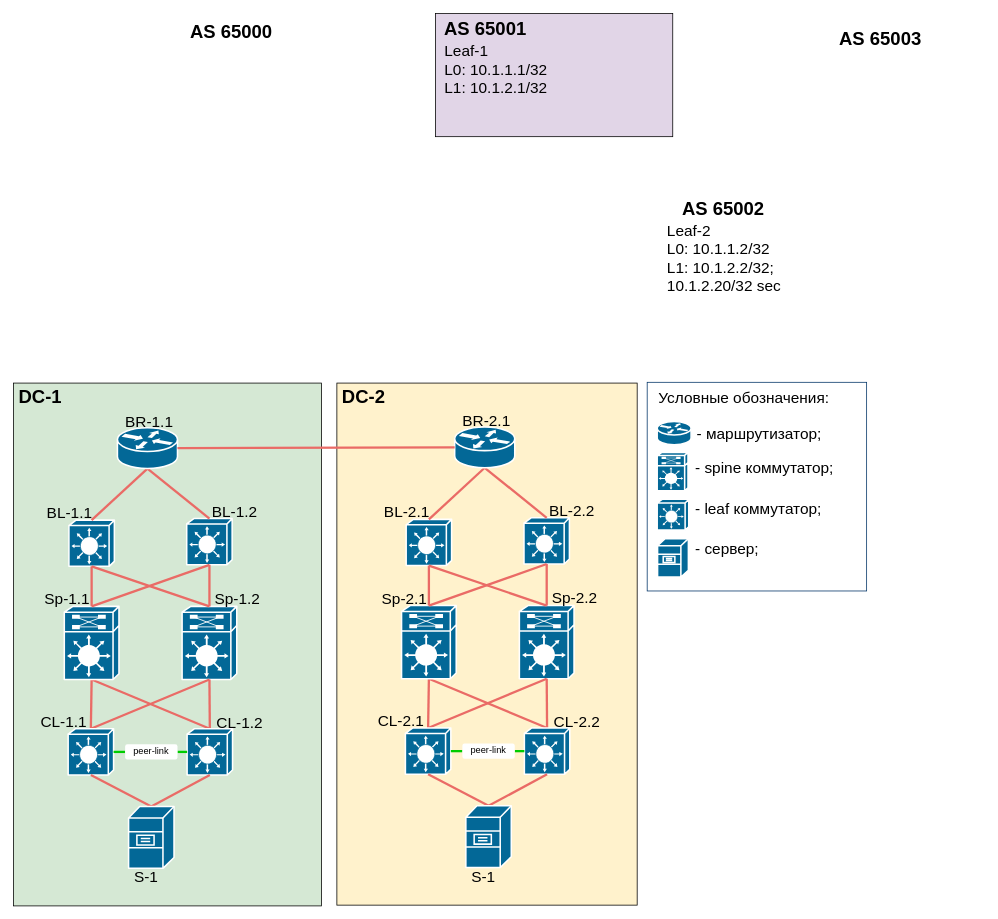
Tema-sudo/OTUS_DC_network_design keeps this draw.io diagram as Graduate_project/GP_common_topo.drawio. Above is the earlier version. Source tidied: cells renumbered, new cells numbered last; positions are measured from the earlier drawing's top-left corner, leaving out a move shared by most shapes. Both pictures are drawn from the tidied source at 77%, with x=0, y=0 at pixel (13, 13).
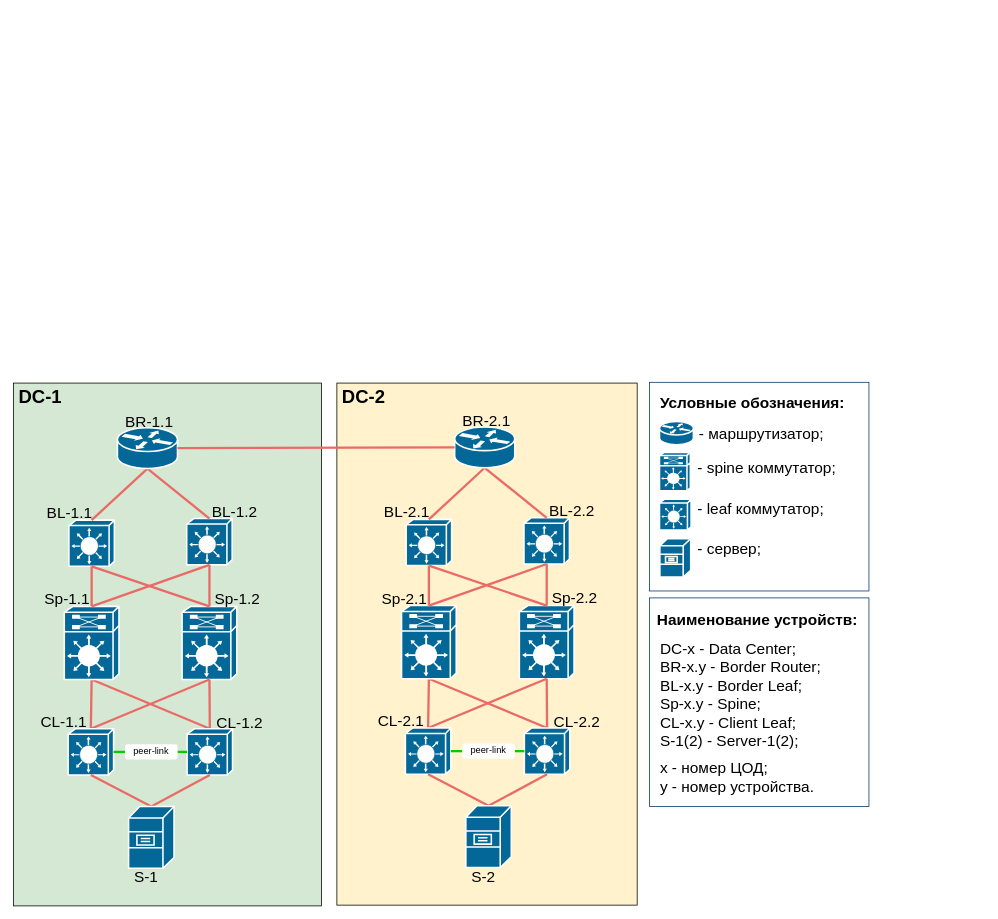
Above is the later version.

Diff of the diagram source:
```diff
@@
+    <mxCell id="86" style="rounded=0;whiteSpace=wrap;html=1;strokeColor=#003366;strokeWidth=1;" parent="1" vertex="1">
+      <mxGeometry x="826" y="759" width="285" height="271" as="geometry" />
+    </mxCell>
@@
-    <mxCell id="4" style="rounded=0;whiteSpace=wrap;html=1;fillColor=#e1d5e7;strokeColor=#000000;" parent="1" vertex="1">
-      <mxGeometry x="548" width="308.2" height="160" as="geometry" />
-    </mxCell>
@@
-    <mxCell id="8" value="Leaf-1&lt;br&gt;L0: 10.1.1.1/32&lt;br&gt;L1: 10.1.2.1/32" style="text;html=1;strokeColor=none;fillColor=none;align=left;verticalAlign=middle;whiteSpace=wrap;rounded=0;fontSize=20;fontFamily=Helvetica;horizontal=1;" parent="1" vertex="1">
-      <mxGeometry x="558" y="47" width="155" height="50" as="geometry" />
-    </mxCell>
@@
-    <mxCell id="13" value="AS 65000" style="text;html=1;strokeColor=none;fillColor=none;align=center;verticalAlign=middle;whiteSpace=wrap;rounded=0;fontSize=24;fontFamily=Helvetica;horizontal=1;fontStyle=1;fontColor=#000000;" parent="1" vertex="1">
-      <mxGeometry x="148" y="10" width="270" height="28" as="geometry" />
-    </mxCell>
-    <mxCell id="14" value="AS 65001" style="text;html=1;strokeColor=none;fillColor=none;align=center;verticalAlign=middle;whiteSpace=wrap;rounded=0;fontSize=24;fontFamily=Helvetica;horizontal=1;fontStyle=1;fontColor=#000000;" parent="1" vertex="1">
-      <mxGeometry x="478" y="6" width="270" height="28" as="geometry" />
-    </mxCell>
-    <mxCell id="15" value="AS 65002" style="text;html=1;strokeColor=none;fillColor=none;align=center;verticalAlign=middle;whiteSpace=wrap;rounded=0;fontSize=24;fontFamily=Helvetica;horizontal=1;fontStyle=1;fontColor=#000000;" parent="1" vertex="1">
-      <mxGeometry x="787" y="240" width="270" height="28" as="geometry" />
-    </mxCell>
-    <mxCell id="16" value="AS 65003" style="text;html=1;strokeColor=none;fillColor=none;align=center;verticalAlign=middle;whiteSpace=wrap;rounded=0;fontSize=24;fontFamily=Helvetica;horizontal=1;fontStyle=1;fontColor=#000000;" parent="1" vertex="1">
-      <mxGeometry x="991" y="20" width="270" height="28" as="geometry" />
-    </mxCell>
-    <mxCell id="17" value="Leaf-2&lt;br&gt;&lt;div style=&quot;&quot;&gt;&lt;span style=&quot;background-color: initial;&quot;&gt;L0:&amp;nbsp;10.1.1.2/32&lt;/span&gt;&lt;/div&gt;&lt;div style=&quot;&quot;&gt;&lt;span style=&quot;background-color: initial;&quot;&gt;L1:&amp;nbsp;&lt;/span&gt;&lt;span style=&quot;background-color: initial;&quot;&gt;10.1.2.2/32;&lt;/span&gt;&lt;/div&gt;&lt;div style=&quot;&quot;&gt;&lt;span style=&quot;background-color: initial;&quot;&gt;10.1.2.20/32 sec&lt;/span&gt;&lt;/div&gt;" style="text;html=1;strokeColor=none;fillColor=none;align=left;verticalAlign=middle;whiteSpace=wrap;rounded=0;fontSize=20;fontFamily=Helvetica;horizontal=1;" parent="1" vertex="1">
-      <mxGeometry x="847" y="292" width="170" height="50" as="geometry" />
-    </mxCell>
@@
     <mxCell id="22" style="rounded=0;whiteSpace=wrap;html=1;strokeColor=#003366;strokeWidth=1;" parent="1" vertex="1">
-      <mxGeometry x="823" y="479" width="285" height="271" as="geometry" />
+      <mxGeometry x="826" y="479" width="285" height="271" as="geometry" />
     </mxCell>
@@
-    <mxCell id="70" value="S-1" style="text;html=1;strokeColor=none;fillColor=none;align=center;verticalAlign=middle;whiteSpace=wrap;rounded=0;fontSize=20;fontFamily=Helvetica;horizontal=1;" parent="1" vertex="1">
+    <mxCell id="70" value="S-2" style="text;html=1;strokeColor=none;fillColor=none;align=center;verticalAlign=middle;whiteSpace=wrap;rounded=0;fontSize=20;fontFamily=Helvetica;horizontal=1;" parent="1" vertex="1">
       <mxGeometry x="591.5" y="1111.8" width="37" height="17.2" as="geometry" />
     </mxCell>
@@
-    <mxCell id="77" value="Условные обозначения:&amp;nbsp;&lt;br&gt;&amp;nbsp; &amp;nbsp; &amp;nbsp; &amp;nbsp;&amp;nbsp;" style="text;html=1;strokeColor=none;fillColor=none;align=left;verticalAlign=middle;whiteSpace=wrap;rounded=0;fontSize=20;fontFamily=Helvetica;horizontal=1;" parent="1" vertex="1">
-      <mxGeometry x="836" y="480" width="250" height="60" as="geometry" />
+    <mxCell id="77" value="Условные обозначения:&amp;nbsp;" style="text;html=1;strokeColor=none;fillColor=none;align=left;verticalAlign=middle;whiteSpace=wrap;rounded=0;fontSize=20;fontFamily=Helvetica;horizontal=1;fontStyle=1;" parent="1" vertex="1">
+      <mxGeometry x="838" y="475" width="250" height="60" as="geometry" />
     </mxCell>
     <mxCell id="78" style="shape=mxgraph.cisco.routers.router;sketch=0;html=1;dashed=0;fillColor=#036897;strokeColor=#ffffff;strokeWidth=2;verticalLabelPosition=bottom;verticalAlign=top;align=center;" parent="1" vertex="1">
-      <mxGeometry x="836" y="530" width="44" height="30" as="geometry" />
+      <mxGeometry x="839" y="530" width="44" height="30" as="geometry" />
     </mxCell>
     <mxCell id="79" style="shape=mxgraph.cisco.switches.layer_3_switch;sketch=0;html=1;dashed=0;fillColor=#036897;strokeColor=#ffffff;strokeWidth=2;verticalLabelPosition=bottom;verticalAlign=top;align=center;hachureGap=4;jiggle=2;curveFitting=1;fontFamily=Architects Daughter;fontSize=20;" parent="1" vertex="1">
-      <mxGeometry x="836" y="631" width="41" height="40" as="geometry" />
+      <mxGeometry x="839" y="631" width="41" height="40" as="geometry" />
     </mxCell>
     <mxCell id="80" style="shape=mxgraph.cisco.misc.route_switch_processor;html=1;dashed=0;fillColor=#036897;strokeColor=#ffffff;strokeWidth=2;verticalLabelPosition=bottom;verticalAlign=top;rounded=0;shadow=0;comic=0;fontFamily=Verdana;fontSize=12;" parent="1" vertex="1">
-      <mxGeometry x="836" y="570" width="40" height="50" as="geometry" />
+      <mxGeometry x="839" y="570" width="40" height="50" as="geometry" />
     </mxCell>
     <mxCell id="81" value="&amp;nbsp;- маршрутизатор;&amp;nbsp;&lt;br&gt;&amp;nbsp; &amp;nbsp; &amp;nbsp; &amp;nbsp;&amp;nbsp;" style="text;html=1;strokeColor=none;fillColor=none;align=left;verticalAlign=middle;whiteSpace=wrap;rounded=0;fontSize=20;fontFamily=Helvetica;horizontal=1;" parent="1" vertex="1">
-      <mxGeometry x="880" y="537.2" width="190" height="40" as="geometry" />
+      <mxGeometry x="883" y="537.2" width="190" height="40" as="geometry" />
     </mxCell>
     <mxCell id="82" value="&amp;nbsp;- leaf коммутатор;&amp;nbsp;&lt;br&gt;&amp;nbsp; &amp;nbsp; &amp;nbsp; &amp;nbsp;&amp;nbsp;" style="text;html=1;strokeColor=none;fillColor=none;align=left;verticalAlign=middle;whiteSpace=wrap;rounded=0;fontSize=20;fontFamily=Helvetica;horizontal=1;" parent="1" vertex="1">
-      <mxGeometry x="878" y="634.2" width="190" height="40" as="geometry" />
+      <mxGeometry x="881" y="634.2" width="190" height="40" as="geometry" />
     </mxCell>
     <mxCell id="83" value="&amp;nbsp;- spine коммутатор;&amp;nbsp;&lt;br&gt;&amp;nbsp; &amp;nbsp; &amp;nbsp; &amp;nbsp;&amp;nbsp;" style="text;html=1;strokeColor=none;fillColor=none;align=left;verticalAlign=middle;whiteSpace=wrap;rounded=0;fontSize=20;fontFamily=Helvetica;horizontal=1;" parent="1" vertex="1">
-      <mxGeometry x="878" y="581" width="206" height="40" as="geometry" />
+      <mxGeometry x="881" y="581" width="206" height="40" as="geometry" />
     </mxCell>
     <mxCell id="84" style="shape=mxgraph.cisco.servers.file_server;sketch=0;html=1;dashed=0;fillColor=#036897;strokeColor=#ffffff;strokeWidth=2;verticalLabelPosition=bottom;verticalAlign=top;align=center;" parent="1" vertex="1">
-      <mxGeometry x="836.5" y="682" width="40" height="50" as="geometry" />
+      <mxGeometry x="839.5" y="682" width="40" height="50" as="geometry" />
     </mxCell>
     <mxCell id="85" value="&amp;nbsp;- сервер;&amp;nbsp;&lt;br&gt;&amp;nbsp; &amp;nbsp; &amp;nbsp; &amp;nbsp;&amp;nbsp;" style="text;html=1;strokeColor=none;fillColor=none;align=left;verticalAlign=middle;whiteSpace=wrap;rounded=0;fontSize=20;fontFamily=Helvetica;horizontal=1;" parent="1" vertex="1">
-      <mxGeometry x="878" y="689" width="190" height="33" as="geometry" />
+      <mxGeometry x="881" y="689" width="190" height="33" as="geometry" />
     </mxCell>
+    <mxCell id="87" value="DC-x - Data Center;&lt;br&gt;BR-x.y - Border Router;&lt;br&gt;BL-x.y - Border Leaf;&lt;br&gt;Sp-x.y - Spine;&lt;br&gt;CL-x.y - Client Leaf;&lt;br&gt;S-1(2) - Server-1(2);" style="text;html=1;strokeColor=none;fillColor=none;align=left;verticalAlign=middle;whiteSpace=wrap;rounded=0;fontSize=20;fontFamily=Helvetica;horizontal=1;spacing=0;" parent="1" vertex="1">
+      <mxGeometry x="839.5" y="804.9" width="210" height="158.1" as="geometry" />
+    </mxCell>
+    <mxCell id="88" value="Наименование устройств:" style="text;html=1;strokeColor=none;fillColor=none;align=left;verticalAlign=middle;whiteSpace=wrap;rounded=0;fontSize=20;fontFamily=Helvetica;horizontal=1;fontStyle=1;" parent="1" vertex="1">
+      <mxGeometry x="834.2" y="766.9" width="268.5" height="40" as="geometry" />
+    </mxCell>
+    <mxCell id="89" value="x - номер ЦОД;&lt;br&gt;y - номер устройства." style="text;html=1;strokeColor=none;fillColor=none;align=left;verticalAlign=middle;whiteSpace=wrap;rounded=0;fontSize=20;fontFamily=Helvetica;horizontal=1;spacing=0;" parent="1" vertex="1">
+      <mxGeometry x="839.5" y="965" width="250" height="51.8" as="geometry" />
+    </mxCell>
```
